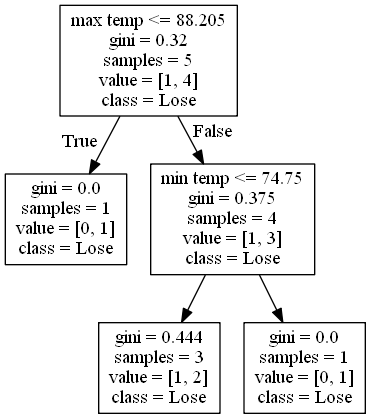
alexana-steck/CSE482Project keeps this Graphviz diagram as DecisionTrees/Pac-12decision_tree_no_score_or_attendance12.png. Above is the earlier version. Its source is kept beside it as DecisionTrees/Pac-12decision_tree_no_score_or_attendance12.dot. The source it was exported from:
```dot
digraph Tree {
node [shape=box] ;
0 [label="max temp <= 88.205\ngini = 0.32\nsamples = 5\nvalue = [1, 4]\nclass = Lose"] ;
1 [label="gini = 0.0\nsamples = 1\nvalue = [0, 1]\nclass = Lose"] ;
0 -> 1 [labeldistance=2.5, labelangle=45, headlabel="True"] ;
2 [label="min temp <= 74.75\ngini = 0.375\nsamples = 4\nvalue = [1, 3]\nclass = Lose"] ;
0 -> 2 [labeldistance=2.5, labelangle=-45, headlabel="False"] ;
3 [label="gini = 0.444\nsamples = 3\nvalue = [1, 2]\nclass = Lose"] ;
2 -> 3 ;
4 [label="gini = 0.0\nsamples = 1\nvalue = [0, 1]\nclass = Lose"] ;
2 -> 4 ;
}
```
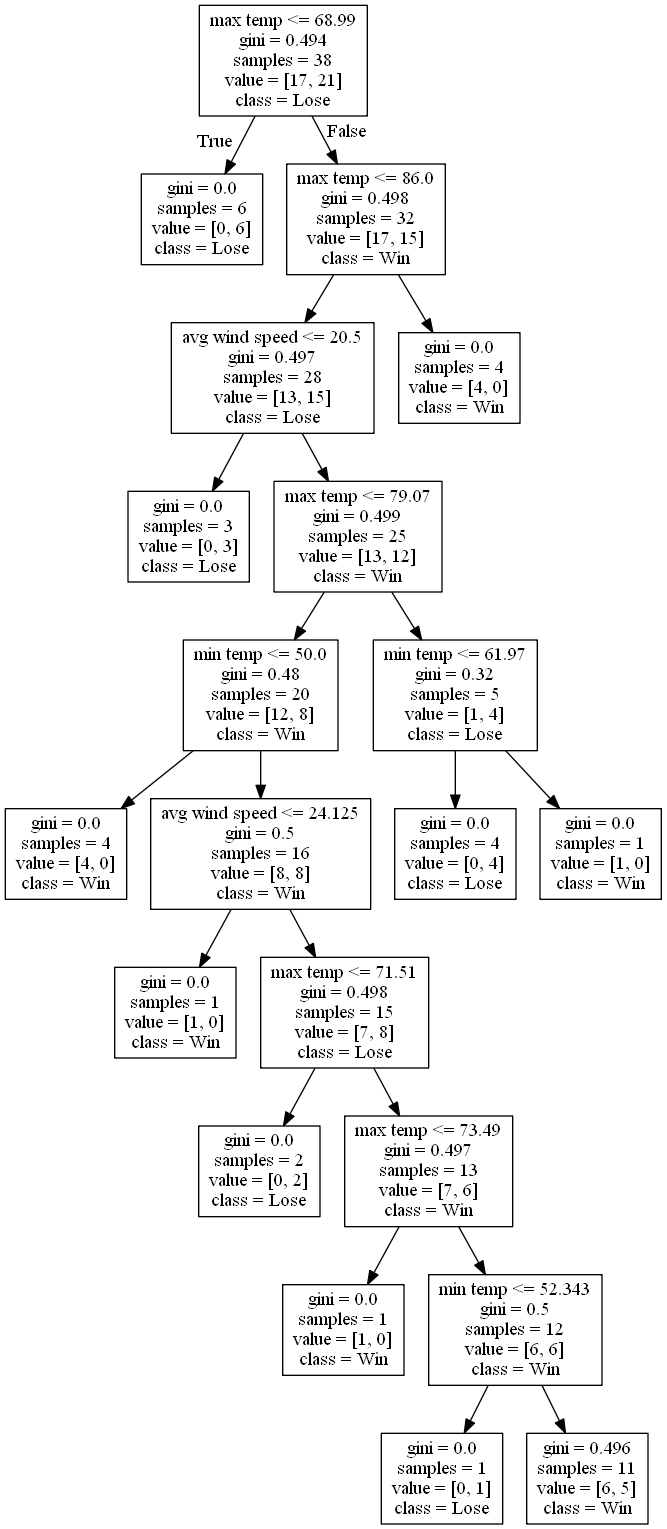
Above is the later version.

The edit, as a diff of the source:
```diff
@@ -1,12 +1,44 @@
 digraph Tree {
 node [shape=box] ;
-0 [label="max temp <= 88.205\ngini = 0.32\nsamples = 5\nvalue = [1, 4]\nclass = Lose"] ;
-1 [label="gini = 0.0\nsamples = 1\nvalue = [0, 1]\nclass = Lose"] ;
+0 [label="max temp <= 68.99\ngini = 0.494\nsamples = 38\nvalue = [17, 21]\nclass = Lose"] ;
+1 [label="gini = 0.0\nsamples = 6\nvalue = [0, 6]\nclass = Lose"] ;
 0 -> 1 [labeldistance=2.5, labelangle=45, headlabel="True"] ;
-2 [label="min temp <= 74.75\ngini = 0.375\nsamples = 4\nvalue = [1, 3]\nclass = Lose"] ;
+2 [label="max temp <= 86.0\ngini = 0.498\nsamples = 32\nvalue = [17, 15]\nclass = Win"] ;
 0 -> 2 [labeldistance=2.5, labelangle=-45, headlabel="False"] ;
-3 [label="gini = 0.444\nsamples = 3\nvalue = [1, 2]\nclass = Lose"] ;
+3 [label="avg wind speed <= 20.5\ngini = 0.497\nsamples = 28\nvalue = [13, 15]\nclass = Lose"] ;
 2 -> 3 ;
-4 [label="gini = 0.0\nsamples = 1\nvalue = [0, 1]\nclass = Lose"] ;
-2 -> 4 ;
+4 [label="gini = 0.0\nsamples = 3\nvalue = [0, 3]\nclass = Lose"] ;
+3 -> 4 ;
+5 [label="max temp <= 79.07\ngini = 0.499\nsamples = 25\nvalue = [13, 12]\nclass = Win"] ;
+3 -> 5 ;
+6 [label="min temp <= 50.0\ngini = 0.48\nsamples = 20\nvalue = [12, 8]\nclass = Win"] ;
+5 -> 6 ;
+7 [label="gini = 0.0\nsamples = 4\nvalue = [4, 0]\nclass = Win"] ;
+6 -> 7 ;
+8 [label="avg wind speed <= 24.125\ngini = 0.5\nsamples = 16\nvalue = [8, 8]\nclass = Win"] ;
+6 -> 8 ;
+9 [label="gini = 0.0\nsamples = 1\nvalue = [1, 0]\nclass = Win"] ;
+8 -> 9 ;
+10 [label="max temp <= 71.51\ngini = 0.498\nsamples = 15\nvalue = [7, 8]\nclass = Lose"] ;
+8 -> 10 ;
+11 [label="gini = 0.0\nsamples = 2\nvalue = [0, 2]\nclass = Lose"] ;
+10 -> 11 ;
+12 [label="max temp <= 73.49\ngini = 0.497\nsamples = 13\nvalue = [7, 6]\nclass = Win"] ;
+10 -> 12 ;
+13 [label="gini = 0.0\nsamples = 1\nvalue = [1, 0]\nclass = Win"] ;
+12 -> 13 ;
+14 [label="min temp <= 52.343\ngini = 0.5\nsamples = 12\nvalue = [6, 6]\nclass = Win"] ;
+12 -> 14 ;
+15 [label="gini = 0.0\nsamples = 1\nvalue = [0, 1]\nclass = Lose"] ;
+14 -> 15 ;
+16 [label="gini = 0.496\nsamples = 11\nvalue = [6, 5]\nclass = Win"] ;
+14 -> 16 ;
+17 [label="min temp <= 61.97\ngini = 0.32\nsamples = 5\nvalue = [1, 4]\nclass = Lose"] ;
+5 -> 17 ;
+18 [label="gini = 0.0\nsamples = 4\nvalue = [0, 4]\nclass = Lose"] ;
+17 -> 18 ;
+19 [label="gini = 0.0\nsamples = 1\nvalue = [1, 0]\nclass = Win"] ;
+17 -> 19 ;
+20 [label="gini = 0.0\nsamples = 4\nvalue = [4, 0]\nclass = Win"] ;
+2 -> 20 ;
 }
```
